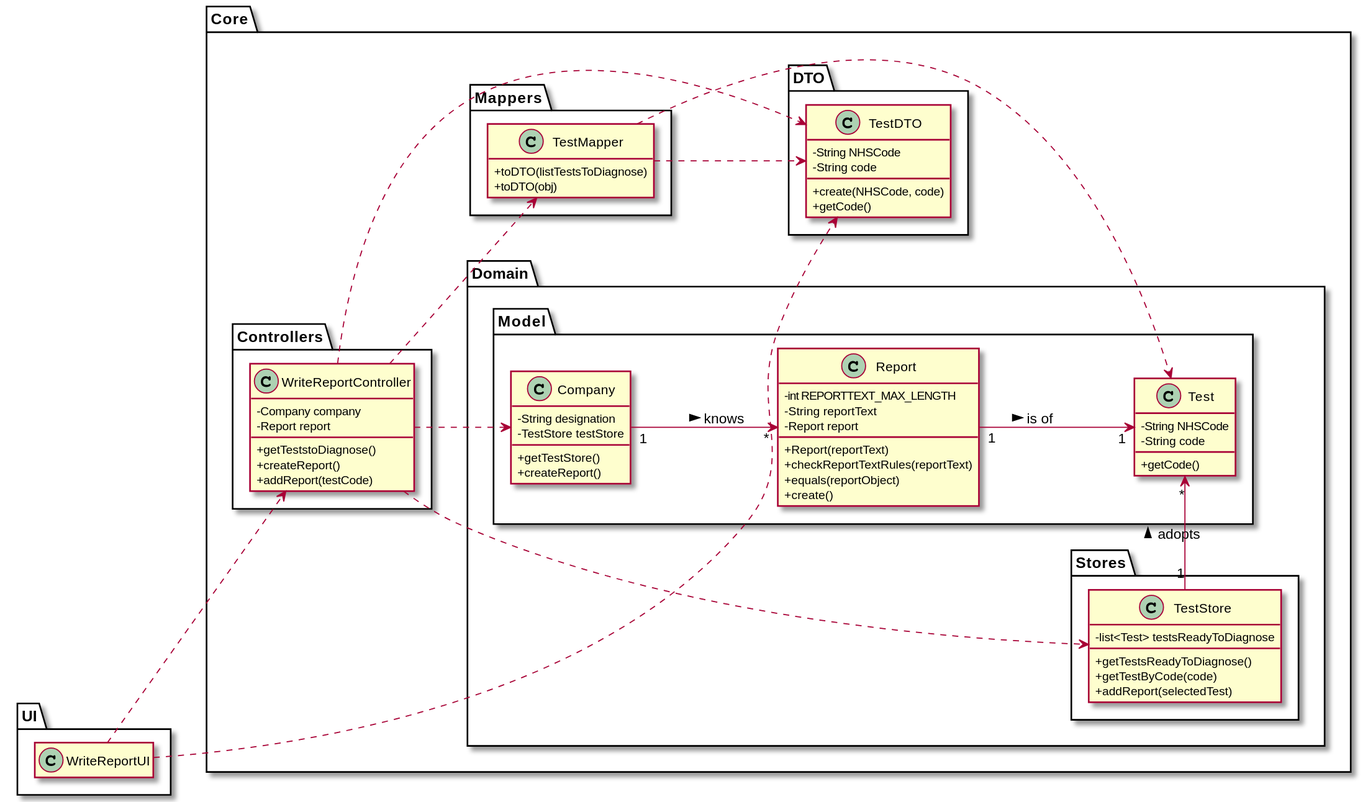
ana-albergaria/LAPR2-ISEP keeps this PlantUML diagram as docs/SprintC/US_14/US014_CD.svg. Above is the earlier version.
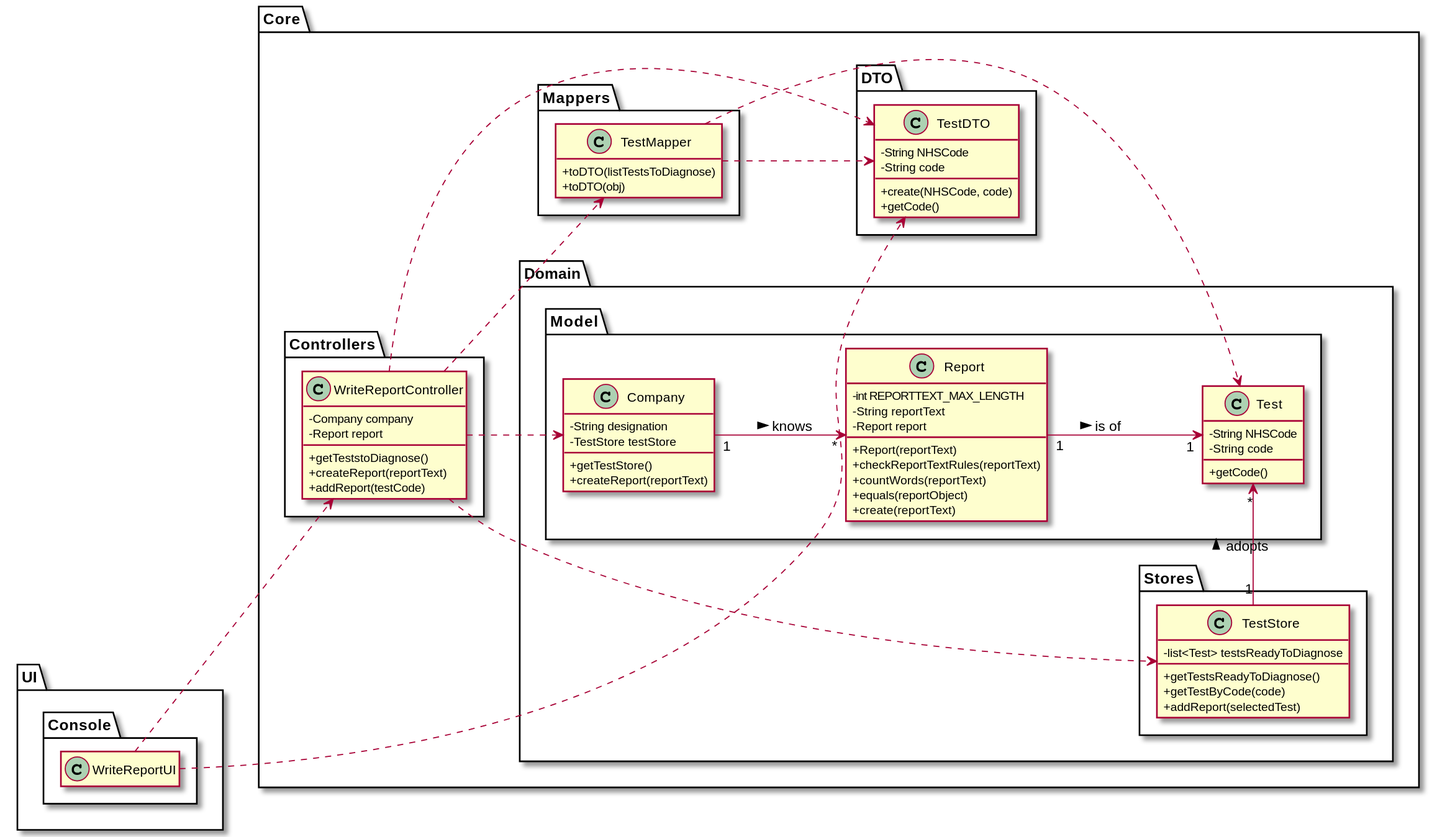
After the commit.

Change to the diagram source:
```diff
@@ -14,7 +14,7 @@
     -String designation
     -TestStore testStore
     +getTestStore()
-    +createReport()
+    +createReport(reportText)
 }
 
 class Report {
@@ -23,8 +23,9 @@
     - Report report
     + Report(reportText)
     + checkReportTextRules(reportText)
+    + countWords(reportText)
     + equals(reportObject)
-    + create()
+    + create(reportText)
 }
 
 class Test {
@@ -74,7 +75,7 @@
     -Company company
     -Report report
     +getTeststoDiagnose()
-    +createReport()
+    +createReport(reportText)
     +addReport(testCode)
 }
 
@@ -84,7 +85,11 @@
 
 package UI {
 
+package Console {
+
 class WriteReportUI {
+}
+
 }
 
 }
```
